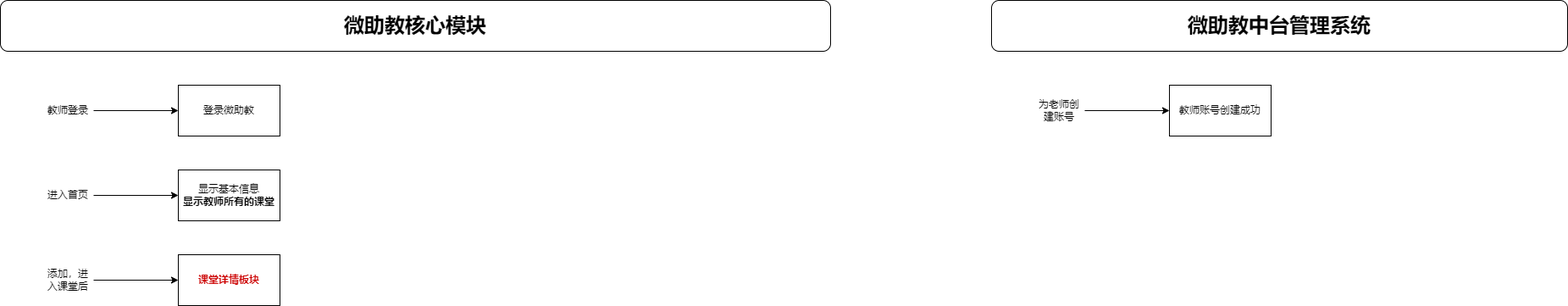
Earlier version of the draw.io export 微助教项目.drawio.png (JYbill/draw). Source tidied: cells renumbered, new cells last; positions are measured from the earlier drawing's top-left corner, leaving out a move shared by most shapes.
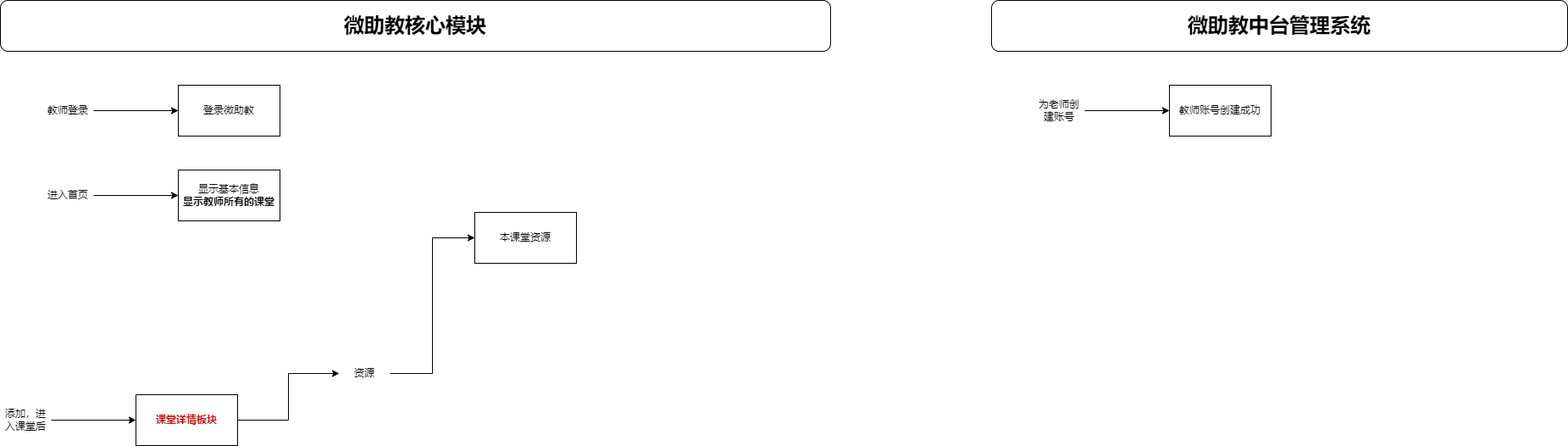
After the change.

Commit message:
更新微助教项目.drawio.png

Diff of the diagram source:
```diff
@@ -39,10 +39,22 @@
       <mxGeometry relative="1" as="geometry" />
     </mxCell>
     <mxCell id="14" value="添加，进入课堂后" style="text;html=1;align=center;verticalAlign=middle;whiteSpace=wrap;rounded=0;" parent="1" vertex="1">
-      <mxGeometry x="50" y="315" width="60" height="30" as="geometry" />
+      <mxGeometry y="480" width="60" height="30" as="geometry" />
     </mxCell>
+    <mxCell id="16" style="edgeStyle=orthogonalEdgeStyle;rounded=0;jettySize=auto;html=1;exitX=1;exitY=0.5;exitDx=0;exitDy=0;entryX=0;entryY=0.5;entryDx=0;entryDy=0;" parent="1" edge="1" source="15" target="18">
+      <mxGeometry relative="1" as="geometry" />
+    </mxCell>
     <mxCell id="15" value="&lt;b&gt;&lt;font color=&quot;#cc0000&quot;&gt;课堂详情板块&lt;/font&gt;&lt;/b&gt;" style="rounded=0;whiteSpace=wrap;html=1;" parent="1" vertex="1">
-      <mxGeometry x="210" y="300" width="120" height="60" as="geometry" />
+      <mxGeometry x="160" y="465" width="120" height="60" as="geometry" />
     </mxCell>
+    <mxCell id="17" style="edgeStyle=orthogonalEdgeStyle;rounded=0;jettySize=auto;html=1;exitX=1;exitY=0.5;exitDx=0;exitDy=0;entryX=0;entryY=0.5;entryDx=0;entryDy=0;" parent="1" edge="1" source="18" target="19">
+      <mxGeometry relative="1" as="geometry" />
+    </mxCell>
+    <mxCell id="18" value="资源" style="text;html=1;align=center;verticalAlign=middle;whiteSpace=wrap;rounded=0;" parent="1" vertex="1">
+      <mxGeometry x="400" y="425" width="60" height="30" as="geometry" />
+    </mxCell>
+    <mxCell id="19" value="本课堂资源" style="rounded=0;whiteSpace=wrap;html=1;" parent="1" vertex="1">
+      <mxGeometry x="560" y="250" width="120" height="60" as="geometry" />
+    </mxCell>
   </root>
 </mxGraphModel>
```
